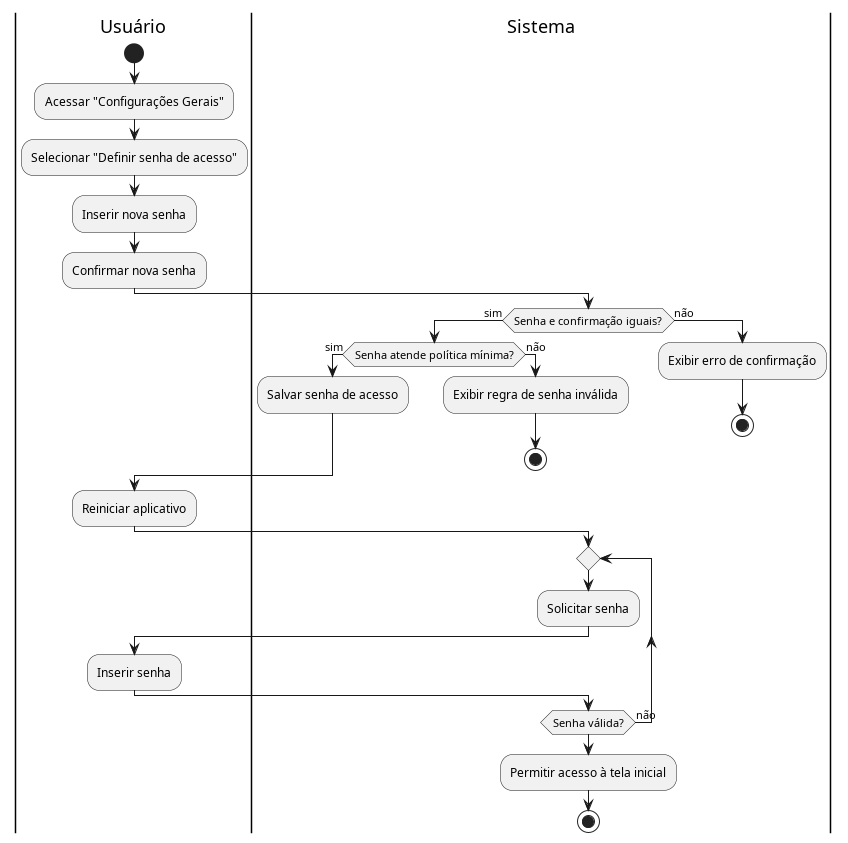
Earlier version of the PlantUML export docs/casosUso/imagens/diagramas_atividade/diagrama_UC17.png (aspiringluke/Projeto-Integrado-Mobile).
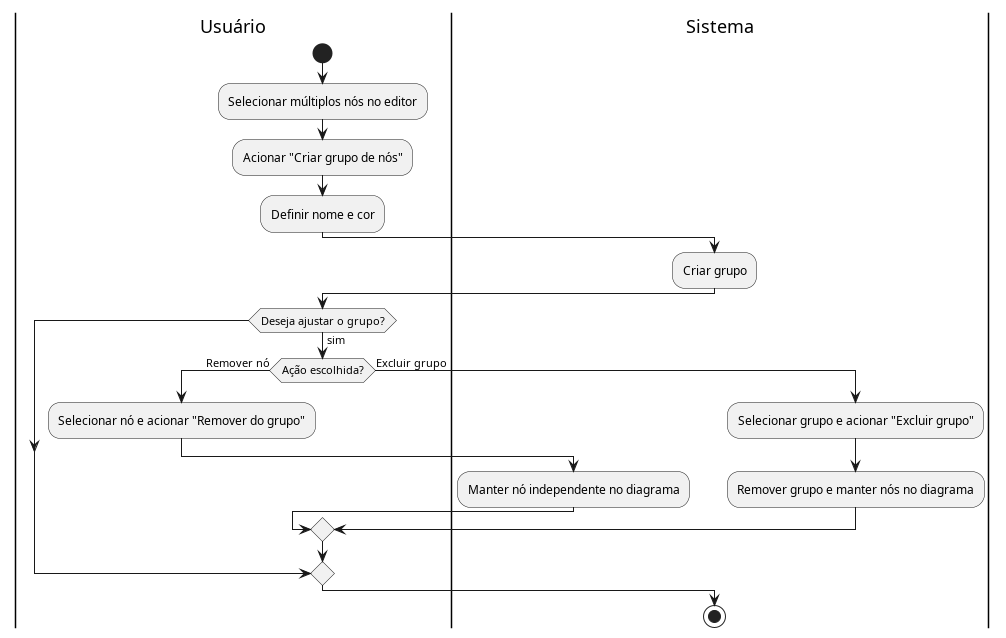
Later version of the same file.

The edit, as a diff of the source:
```diff
@@ -2,35 +2,25 @@
 
 |Usuário|
 start
-:Acessar "Configurações Gerais";
-:Selecionar "Definir senha de acesso";
-:Inserir nova senha;
-:Confirmar nova senha;
+:Selecionar múltiplos nós no editor;
+:Acionar "Criar grupo de nós";
+:Definir nome e cor;
 
 |Sistema|
-if (Senha e confirmação iguais?) then (sim)
-  if (Senha atende política mínima?) then (sim)
-    :Salvar senha de acesso;
-  else (não)
-    :Exibir regra de senha inválida;
-    stop
-  endif
-else (não)
-  :Exibir erro de confirmação;
-  stop
-endif
+:Criar grupo;
 
 |Usuário|
-:Reiniciar aplicativo;
-
-|Sistema|
-repeat
-  :Solicitar senha;
-  |Usuário|
-  :Inserir senha;
+if (Deseja ajustar o grupo?) then (sim)
+  if (Ação escolhida?) then (Remover nó)
+  :Selecionar nó e acionar "Remover do grupo";
   |Sistema|
-repeat while (Senha válida?) is (não)
-:Permitir acesso à tela inicial;
+  :Manter nó independente no diagrama;
+  else (Excluir grupo)
+  :Selecionar grupo e acionar "Excluir grupo";
+    |Sistema|
+    :Remover grupo e manter nós no diagrama;
+  endif
+endif
 
 stop
 @enduml
```
